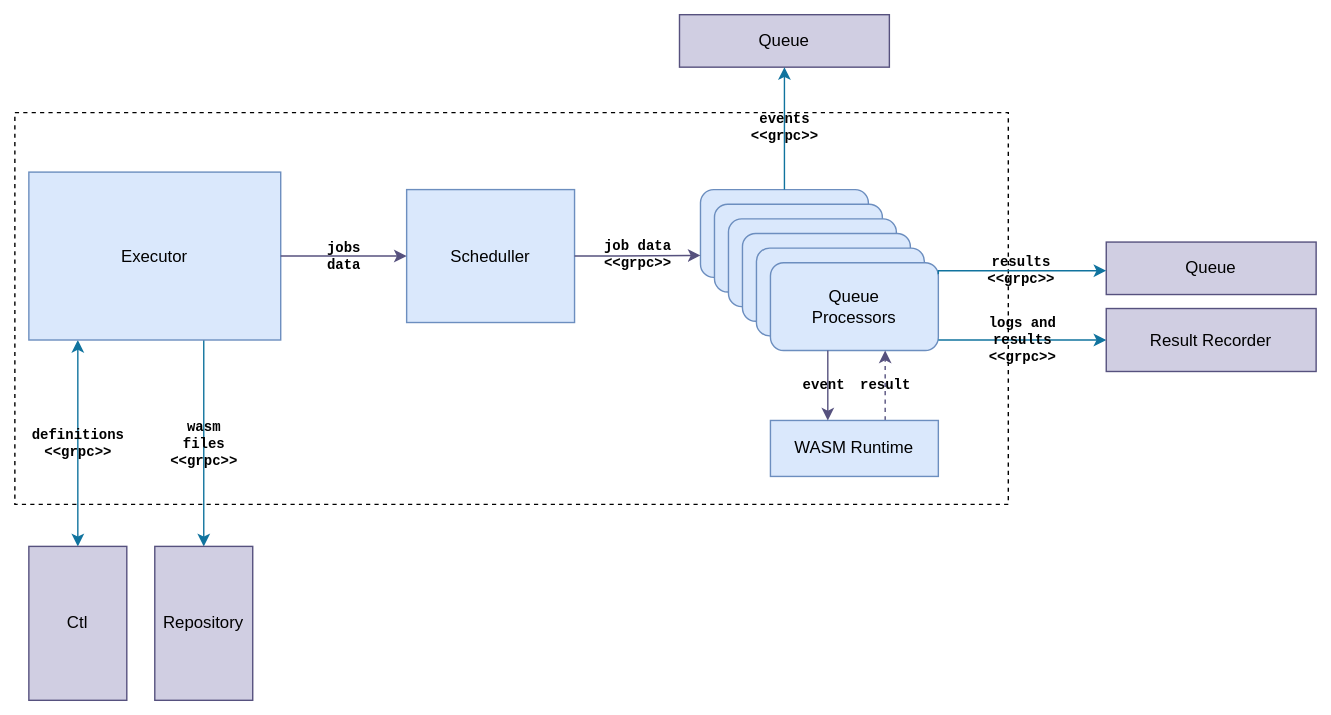
Above: docs/img/executor.svg in andrescosta/jobico-fn (draw.io), before the change. Source tidied: cells renumbered, new cells last; positions are measured from the earlier drawing's top-left corner, leaving out a move shared by most shapes.
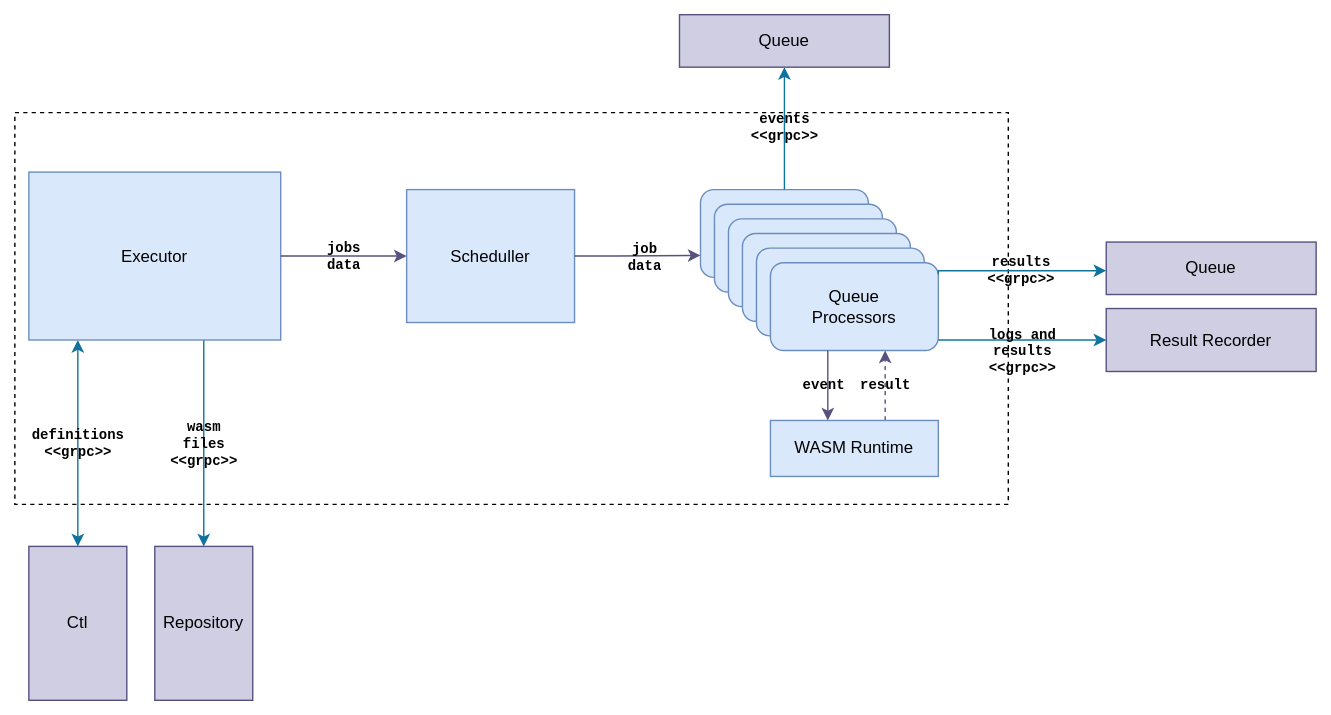
After the change.

What changed in the source:
```diff
@@ -81,8 +81,8 @@
     <mxCell id="20" value="Ctl" style="rounded=0;whiteSpace=wrap;html=1;labelBackgroundColor=none;fillColor=#d0cee2;strokeColor=#56517e;" parent="1" vertex="1">
       <mxGeometry x="10" y="380" width="70" height="110" as="geometry" />
     </mxCell>
-    <mxCell id="21" value="job data&lt;br&gt;&amp;lt;&amp;lt;grpc&amp;gt;&amp;gt;" style="edgeStyle=orthogonalEdgeStyle;rounded=0;jettySize=auto;html=1;entryX=0;entryY=0.75;entryDx=0;entryDy=0;labelBackgroundColor=none;fontColor=default;fillColor=#d0cee2;strokeColor=#56517e;fontFamily=Courier New;fontStyle=1;fontSize=10;" parent="1" edge="1" source="6" target="9">
-      <mxGeometry relative="1" as="geometry">
+    <mxCell id="21" value="job &lt;br&gt;data&lt;div&gt;&lt;br/&gt;&lt;/div&gt;" style="edgeStyle=orthogonalEdgeStyle;rounded=0;jettySize=auto;html=1;entryX=0;entryY=0.75;entryDx=0;entryDy=0;labelBackgroundColor=none;fontColor=default;fillColor=#d0cee2;strokeColor=#56517e;fontFamily=Courier New;fontStyle=1;fontSize=10;" parent="1" edge="1" source="6" target="9">
+      <mxGeometry x="0.11" y="-8" relative="1" as="geometry">
         <Array as="points">
           <mxPoint x="430" y="172" />
           <mxPoint x="430" y="172" />
@@ -93,13 +93,14 @@
       <mxGeometry x="100" y="380" width="70" height="110" as="geometry" />
     </mxCell>
     <mxCell id="23" value="logs and &lt;br style=&quot;font-size: 10px;&quot;&gt;results&lt;br style=&quot;font-size: 10px;&quot;&gt;&amp;lt;&amp;lt;grpc&amp;gt;&amp;gt;" style="edgeStyle=orthogonalEdgeStyle;rounded=0;orthogonalLoop=1;jettySize=auto;html=1;labelBackgroundColor=none;fontColor=default;fillColor=#b1ddf0;strokeColor=#10739e;fontFamily=Courier New;fontStyle=1;fontSize=10;" parent="1" edge="1">
-      <mxGeometry relative="1" as="geometry">
+      <mxGeometry y="-7" relative="1" as="geometry">
         <mxPoint x="660" y="232.5" as="sourcePoint" />
         <mxPoint x="780" y="232.5" as="targetPoint" />
         <Array as="points">
           <mxPoint x="690" y="232.5" />
           <mxPoint x="690" y="232.5" />
         </Array>
+        <mxPoint y="1" as="offset" />
       </mxGeometry>
     </mxCell>
     <mxCell id="24" value="Result Recorder" style="rounded=0;whiteSpace=wrap;html=1;labelBackgroundColor=none;fillColor=#d0cee2;strokeColor=#56517e;" parent="1" vertex="1">
```
